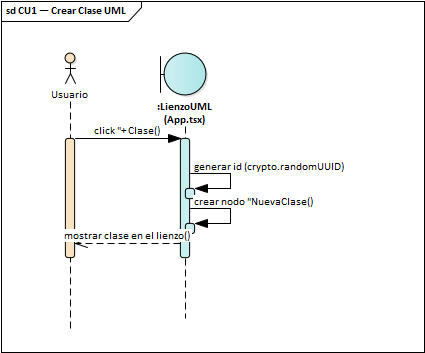
Above: docs/diagrams/ea/img/ciclo1/seq_cu1.png in luisfernandoAngulo28/generador_diagrama_clases_uml (PlantUML), before the change. Its source is kept beside it as docs/diagrams/1er_parcial/seq_cu1.plantuml.
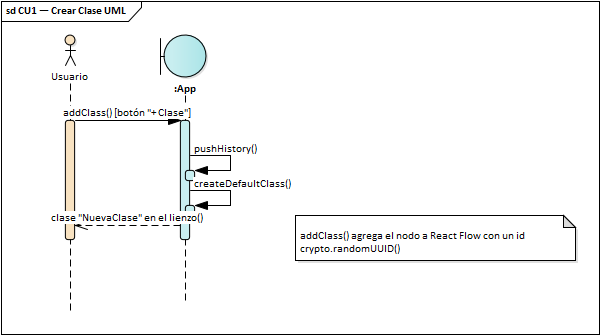
After the change.

Change to the diagram source:
```diff
@@ -1,10 +1,11 @@
 @startuml seq_cu1
 !include ../2do_parcial/pud/_seq.iuml
-title CU1 — Crear Clase UML\n<size:11>Diagrama de Secuencia · UML 2.5.1 · Ciclo 1 (1er Parcial)</size>
-actor "Usuario" as U
-boundary ":LienzoUML (App.tsx)" as L
-U -> L : click "+ Clase"
-L -> L : generar id (crypto.randomUUID)
-L -> L : crear nodo "NuevaClase"
-L --> U : mostrar clase en el lienzo
+title CU1 — Crear Clase UML\n<size:11>Diagrama de Secuencia · UML 2.5.1 · Ciclo 1 · cada mensaje es una operación de la clase que lo recibe</size>
+actor Usuario as U
+boundary ":App" as A
+U -> A : addClass() [botón "+ Clase"]
+A -> A : pushHistory()
+A -> A : createDefaultClass()
+A --> U : clase "NuevaClase" en el lienzo
+note over A : addClass() agrega el nodo a React Flow con un id crypto.randomUUID()
 @enduml
```
